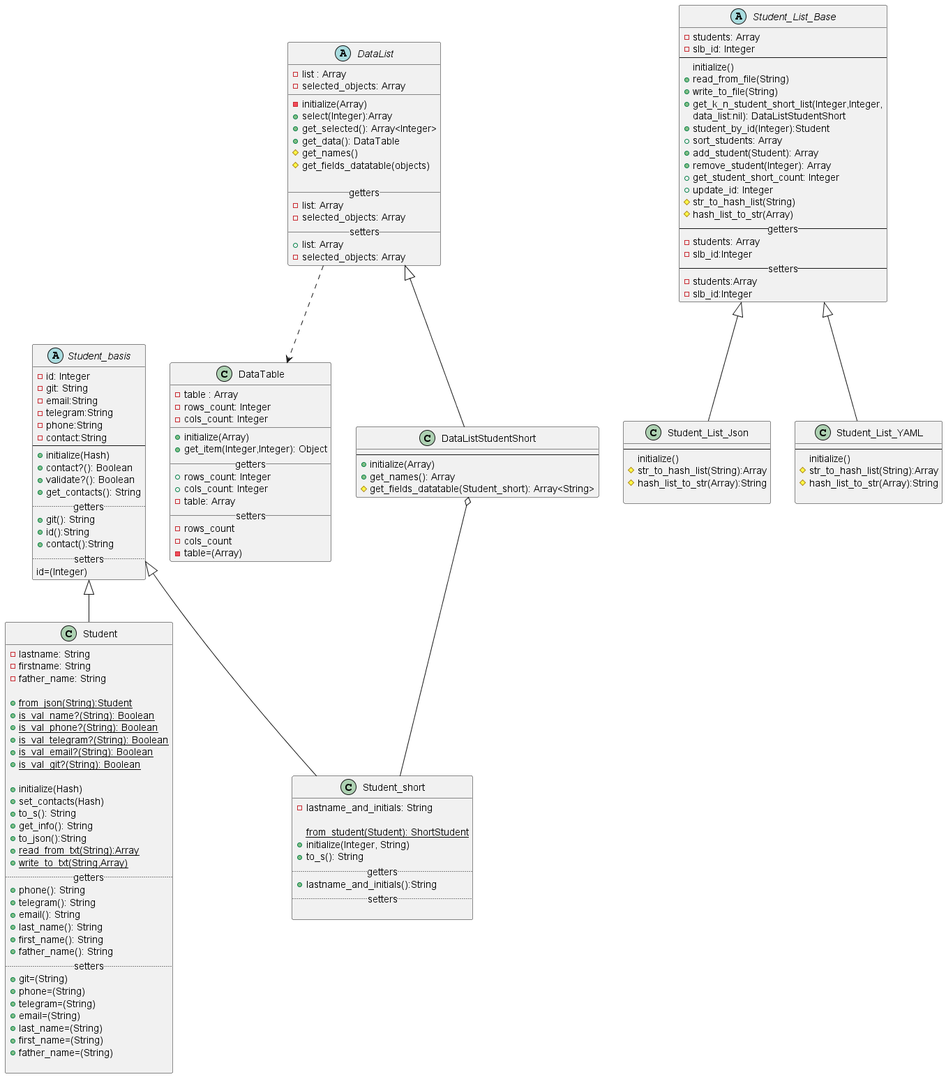
Above: lab2/student_diagrams.png in ColdEiler/pattern (PlantUML), before the change.
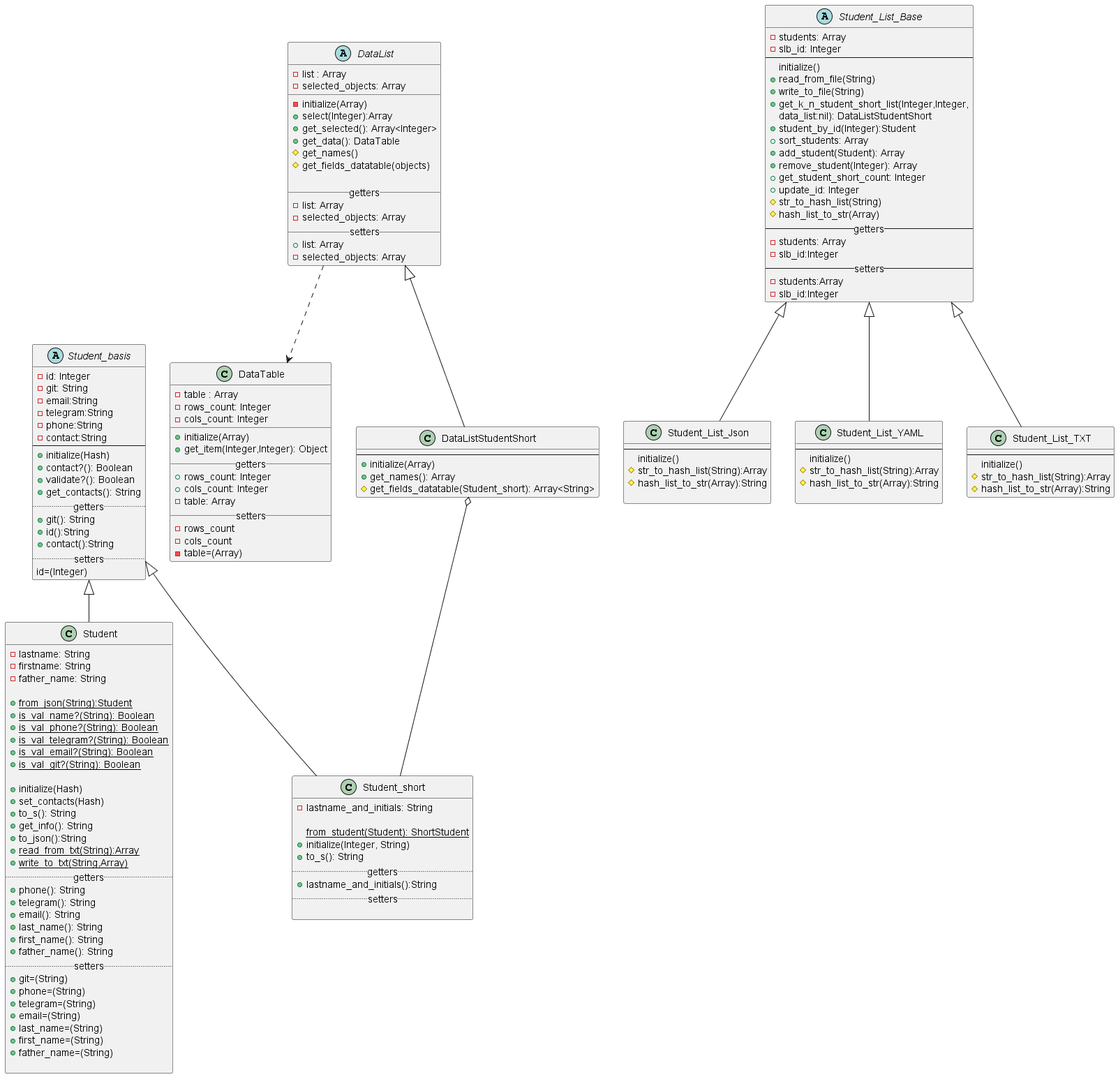
The same diagram one commit later.

Commit message:
реализован класс student_list_txt

Diff of the diagram source:
```diff
@@ -155,4 +155,11 @@
 
 }
 
+class Student_List_TXT extends Student_List_Base{
+    --
+    initialize()
+    #str_to_hash_list(String):Array
+    #hash_list_to_str(Array):String
+}
+
 @enduml
```
